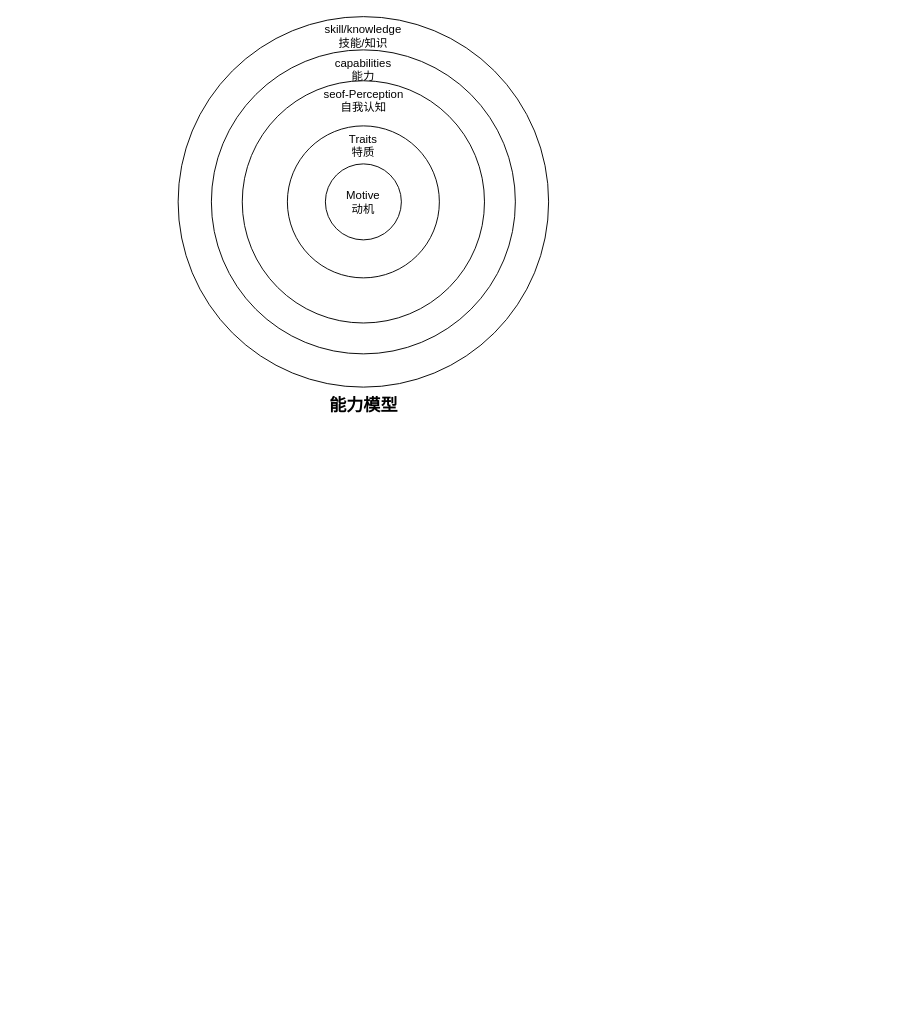
The draw.io diagram 冰山模型.drawio in seanwynner/drawiogit, before the edit. Source tidied: cells renumbered, new cells numbered last; positions are measured from the earlier drawing's top-left corner, leaving out a move shared by most shapes. Both pictures are drawn from the tidied source at 95%, with x=0, y=0 at pixel (178, 16).
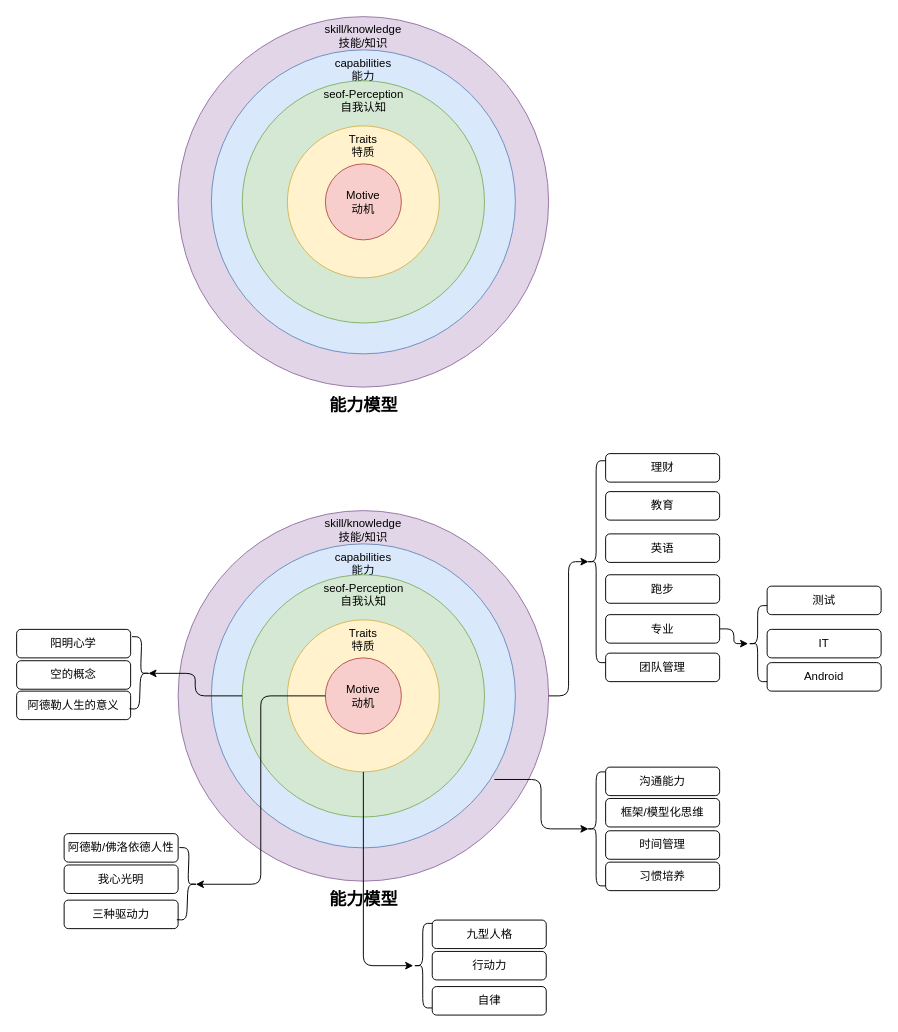
The same page after the edit.

Change to the diagram source:
```diff
@@
-    <mxCell id="2" value="&lt;div&gt;skill/knowledge&lt;/div&gt;&lt;div&gt;技能/知识&lt;br&gt;&lt;/div&gt;" style="ellipse;whiteSpace=wrap;html=1;verticalAlign=top;" parent="1" vertex="1">
+    <mxCell id="2" value="&lt;div&gt;skill/knowledge&lt;/div&gt;&lt;div&gt;技能/知识&lt;br&gt;&lt;/div&gt;" style="ellipse;whiteSpace=wrap;html=1;verticalAlign=top;fillColor=#e1d5e7;strokeColor=#9673a6;" parent="1" vertex="1">
       <mxGeometry width="390" height="390" as="geometry" />
     </mxCell>
-    <mxCell id="3" value="&lt;div&gt;capabilities&lt;/div&gt;&lt;div&gt;能力&lt;br&gt;&lt;/div&gt;" style="ellipse;whiteSpace=wrap;html=1;verticalAlign=top;" parent="1" vertex="1">
+    <mxCell id="3" value="&lt;div&gt;capabilities&lt;/div&gt;&lt;div&gt;能力&lt;br&gt;&lt;/div&gt;" style="ellipse;whiteSpace=wrap;html=1;verticalAlign=top;fillColor=#dae8fc;strokeColor=#6c8ebf;" parent="1" vertex="1">
       <mxGeometry x="35" y="35" width="320" height="320" as="geometry" />
     </mxCell>
-    <mxCell id="4" value="&lt;div&gt;seof-Perception&lt;/div&gt;&lt;div&gt;自我认知&lt;br&gt;&lt;/div&gt;" style="ellipse;whiteSpace=wrap;html=1;verticalAlign=top;" parent="1" vertex="1">
+    <mxCell id="4" value="&lt;div&gt;seof-Perception&lt;/div&gt;&lt;div&gt;自我认知&lt;br&gt;&lt;/div&gt;" style="ellipse;whiteSpace=wrap;html=1;verticalAlign=top;fillColor=#d5e8d4;strokeColor=#82b366;" parent="1" vertex="1">
       <mxGeometry x="67.5" y="67.5" width="255" height="255" as="geometry" />
     </mxCell>
-    <mxCell id="5" value="&lt;div&gt;Traits&lt;/div&gt;&lt;div&gt;特质&lt;/div&gt;" style="ellipse;whiteSpace=wrap;html=1;verticalAlign=top;" parent="1" vertex="1">
+    <mxCell id="5" value="&lt;div&gt;Traits&lt;/div&gt;&lt;div&gt;特质&lt;/div&gt;" style="ellipse;whiteSpace=wrap;html=1;verticalAlign=top;fillColor=#fff2cc;strokeColor=#d6b656;" parent="1" vertex="1">
       <mxGeometry x="115" y="115" width="160" height="160" as="geometry" />
     </mxCell>
-    <mxCell id="6" value="&lt;div&gt;Motive&lt;/div&gt;&lt;div&gt;动机&lt;br&gt;&lt;/div&gt;" style="ellipse;whiteSpace=wrap;html=1;" parent="1" vertex="1">
+    <mxCell id="6" value="&lt;div&gt;Motive&lt;/div&gt;&lt;div&gt;动机&lt;br&gt;&lt;/div&gt;" style="ellipse;whiteSpace=wrap;html=1;fillColor=#f8cecc;strokeColor=#b85450;" parent="1" vertex="1">
       <mxGeometry x="155" y="155" width="80" height="80" as="geometry" />
     </mxCell>
@@
+    <mxCell id="8" value="&lt;div&gt;skill/knowledge&lt;/div&gt;&lt;div&gt;技能/知识&lt;br&gt;&lt;/div&gt;" style="ellipse;whiteSpace=wrap;html=1;verticalAlign=top;fillColor=#e1d5e7;strokeColor=#9673a6;" parent="1" vertex="1">
+      <mxGeometry y="520" width="390" height="390" as="geometry" />
+    </mxCell>
+    <mxCell id="9" value="&lt;div&gt;capabilities&lt;/div&gt;&lt;div&gt;能力&lt;br&gt;&lt;/div&gt;" style="ellipse;whiteSpace=wrap;html=1;verticalAlign=top;fillColor=#dae8fc;strokeColor=#6c8ebf;" parent="1" vertex="1">
+      <mxGeometry x="35" y="555" width="320" height="320" as="geometry" />
+    </mxCell>
+    <mxCell id="10" value="&lt;div&gt;seof-Perception&lt;/div&gt;&lt;div&gt;自我认知&lt;br&gt;&lt;/div&gt;" style="ellipse;whiteSpace=wrap;html=1;verticalAlign=top;fillColor=#d5e8d4;strokeColor=#82b366;" parent="1" vertex="1">
+      <mxGeometry x="67.5" y="587.5" width="255" height="255" as="geometry" />
+    </mxCell>
+    <mxCell id="11" value="&lt;div&gt;Traits&lt;/div&gt;&lt;div&gt;特质&lt;/div&gt;" style="ellipse;whiteSpace=wrap;html=1;verticalAlign=top;fillColor=#fff2cc;strokeColor=#d6b656;" parent="1" vertex="1">
+      <mxGeometry x="115" y="635" width="160" height="160" as="geometry" />
+    </mxCell>
+    <mxCell id="12" value="&lt;div&gt;Motive&lt;/div&gt;&lt;div&gt;动机&lt;br&gt;&lt;/div&gt;" style="ellipse;whiteSpace=wrap;html=1;fillColor=#f8cecc;strokeColor=#b85450;" parent="1" vertex="1">
+      <mxGeometry x="155" y="675" width="80" height="80" as="geometry" />
+    </mxCell>
+    <mxCell id="13" value="&lt;font style=&quot;font-size: 18px&quot;&gt;&lt;b&gt;能力模型&lt;/b&gt;&lt;/font&gt;" style="text;html=1;strokeColor=none;fillColor=none;align=center;verticalAlign=middle;whiteSpace=wrap;rounded=0;" parent="1" vertex="1">
+      <mxGeometry x="122.5" y="920" width="145" height="20" as="geometry" />
+    </mxCell>
+    <mxCell id="14" value="理财" style="rounded=1;whiteSpace=wrap;html=1;" parent="1" vertex="1">
+      <mxGeometry x="450" y="460" width="120" height="30" as="geometry" />
+    </mxCell>
+    <mxCell id="15" value="教育" style="whiteSpace=wrap;html=1;rounded=1;" parent="1" vertex="1">
+      <mxGeometry x="450" y="500" width="120" height="30" as="geometry" />
+    </mxCell>
+    <mxCell id="16" value="跑步" style="whiteSpace=wrap;html=1;rounded=1;" parent="1" vertex="1">
+      <mxGeometry x="450" y="587.5" width="120" height="30" as="geometry" />
+    </mxCell>
+    <mxCell id="17" value="英语" style="whiteSpace=wrap;html=1;rounded=1;" parent="1" vertex="1">
+      <mxGeometry x="450" y="544.5" width="120" height="30" as="geometry" />
+    </mxCell>
+    <mxCell id="18" value="专业" style="whiteSpace=wrap;html=1;rounded=1;" parent="1" vertex="1">
+      <mxGeometry x="450" y="629.5" width="120" height="30" as="geometry" />
+    </mxCell>
+    <mxCell id="19" value="测试" style="whiteSpace=wrap;html=1;rounded=1;" parent="1" vertex="1">
+      <mxGeometry x="620" y="599.5" width="120" height="30" as="geometry" />
+    </mxCell>
+    <mxCell id="20" value="IT" style="whiteSpace=wrap;html=1;rounded=1;" parent="1" vertex="1">
+      <mxGeometry x="620" y="645" width="120" height="30" as="geometry" />
+    </mxCell>
+    <mxCell id="21" value="Android" style="whiteSpace=wrap;html=1;rounded=1;" parent="1" vertex="1">
+      <mxGeometry x="620" y="680" width="120" height="30" as="geometry" />
+    </mxCell>
+    <mxCell id="22" value="团队管理" style="whiteSpace=wrap;html=1;rounded=1;" parent="1" vertex="1">
+      <mxGeometry x="450" y="670" width="120" height="30" as="geometry" />
+    </mxCell>
+    <mxCell id="23" value="沟通能力" style="whiteSpace=wrap;html=1;rounded=1;" parent="1" vertex="1">
+      <mxGeometry x="450" y="790" width="120" height="30" as="geometry" />
+    </mxCell>
+    <mxCell id="24" value="习惯培养" style="whiteSpace=wrap;html=1;rounded=1;" parent="1" vertex="1">
+      <mxGeometry x="450" y="890" width="120" height="30" as="geometry" />
+    </mxCell>
+    <mxCell id="25" value="框架/模型化思维" style="whiteSpace=wrap;html=1;rounded=1;" parent="1" vertex="1">
+      <mxGeometry x="450" y="823" width="120" height="30" as="geometry" />
+    </mxCell>
+    <mxCell id="26" value="时间管理" style="whiteSpace=wrap;html=1;rounded=1;" parent="1" vertex="1">
+      <mxGeometry x="450" y="857" width="120" height="30" as="geometry" />
+    </mxCell>
+    <mxCell id="27" value="阳明心学" style="whiteSpace=wrap;html=1;rounded=1;" parent="1" vertex="1">
+      <mxGeometry x="-170" y="645" width="120" height="30" as="geometry" />
+    </mxCell>
+    <mxCell id="28" value="行动力" style="whiteSpace=wrap;html=1;rounded=1;" parent="1" vertex="1">
+      <mxGeometry x="267.5" y="984" width="120" height="30" as="geometry" />
+    </mxCell>
+    <mxCell id="29" value="空的概念" style="whiteSpace=wrap;html=1;rounded=1;" parent="1" vertex="1">
+      <mxGeometry x="-170" y="678" width="120" height="30" as="geometry" />
+    </mxCell>
+    <mxCell id="30" value="九型人格" style="whiteSpace=wrap;html=1;rounded=1;" parent="1" vertex="1">
+      <mxGeometry x="267.5" y="951" width="120" height="30" as="geometry" />
+    </mxCell>
+    <mxCell id="31" value="自律" style="whiteSpace=wrap;html=1;rounded=1;" parent="1" vertex="1">
+      <mxGeometry x="267.5" y="1021" width="120" height="30" as="geometry" />
+    </mxCell>
+    <mxCell id="32" value="我心光明" style="whiteSpace=wrap;html=1;rounded=1;" parent="1" vertex="1">
+      <mxGeometry x="-120" y="893" width="120" height="30" as="geometry" />
+    </mxCell>
+    <mxCell id="33" value="阿德勒/佛洛依德人性" style="whiteSpace=wrap;html=1;rounded=1;" parent="1" vertex="1">
+      <mxGeometry x="-120" y="860" width="120" height="30" as="geometry" />
+    </mxCell>
+    <mxCell id="34" value="三种驱动力" style="whiteSpace=wrap;html=1;rounded=1;" parent="1" vertex="1">
+      <mxGeometry x="-120" y="930" width="120" height="30" as="geometry" />
+    </mxCell>
+    <mxCell id="35" value="阿德勒人生的意义" style="whiteSpace=wrap;html=1;rounded=1;" parent="1" vertex="1">
+      <mxGeometry x="-170" y="710" width="120" height="30" as="geometry" />
+    </mxCell>
+    <mxCell id="36" style="shape=curlyBracket;whiteSpace=wrap;html=1;rounded=1;rotation=-178;" parent="1" vertex="1">
+      <mxGeometry x="-49.9" y="653" width="20.7" height="76" as="geometry" />
+    </mxCell>
+    <mxCell id="37" style="edgeStyle=elbowEdgeStyle;elbow=horizontal;endArrow=classic;html=1;entryX=0.1;entryY=0.5;entryDx=0;entryDy=0;entryPerimeter=0;" parent="1" edge="1" source="10" target="36">
+      <mxGeometry relative="1" as="geometry" />
+    </mxCell>
+    <mxCell id="38" style="shape=curlyBracket;whiteSpace=wrap;html=1;rounded=1;rotation=-178;" parent="1" vertex="1">
+      <mxGeometry y="875" width="20.7" height="76" as="geometry" />
+    </mxCell>
+    <mxCell id="39" style="edgeStyle=elbowEdgeStyle;elbow=horizontal;endArrow=classic;html=1;entryX=0.1;entryY=0.5;entryDx=0;entryDy=0;entryPerimeter=0;" parent="1" edge="1" source="12" target="38">
+      <mxGeometry relative="1" as="geometry" />
+    </mxCell>
+    <mxCell id="40" style="shape=curlyBracket;whiteSpace=wrap;html=1;rounded=1;size=0.5;" parent="1" vertex="1">
+      <mxGeometry x="247.5" y="954.5" width="20" height="89" as="geometry" />
+    </mxCell>
+    <mxCell id="41" style="edgeStyle=elbowEdgeStyle;elbow=horizontal;endArrow=classic;html=1;exitX=0.5;exitY=1;exitDx=0;exitDy=0;" parent="1" edge="1" source="11" target="40">
+      <mxGeometry relative="1" as="geometry">
+        <Array as="points">
+          <mxPoint x="195" y="900" />
+        </Array>
+      </mxGeometry>
+    </mxCell>
+    <mxCell id="42" style="shape=curlyBracket;whiteSpace=wrap;html=1;rounded=1;" parent="1" vertex="1">
+      <mxGeometry x="430" y="795" width="20" height="120" as="geometry" />
+    </mxCell>
+    <mxCell id="43" style="edgeStyle=elbowEdgeStyle;elbow=horizontal;endArrow=classic;html=1;entryX=0.1;entryY=0.5;entryDx=0;entryDy=0;entryPerimeter=0;exitX=0.931;exitY=0.775;exitDx=0;exitDy=0;exitPerimeter=0;" parent="1" edge="1" source="9" target="42">
+      <mxGeometry relative="1" as="geometry" />
+    </mxCell>
+    <mxCell id="44" style="shape=curlyBracket;whiteSpace=wrap;html=1;rounded=1;" parent="1" vertex="1">
+      <mxGeometry x="430" y="467.5" width="20" height="212.5" as="geometry" />
+    </mxCell>
+    <mxCell id="45" style="edgeStyle=elbowEdgeStyle;elbow=horizontal;endArrow=classic;html=1;entryX=0.1;entryY=0.5;entryDx=0;entryDy=0;entryPerimeter=0;" parent="1" edge="1" source="8" target="44">
+      <mxGeometry relative="1" as="geometry" />
+    </mxCell>
+    <mxCell id="46" style="shape=curlyBracket;whiteSpace=wrap;html=1;rounded=1;" parent="1" vertex="1">
+      <mxGeometry x="600" y="620" width="20" height="80" as="geometry" />
+    </mxCell>
+    <mxCell id="47" style="edgeStyle=elbowEdgeStyle;elbow=horizontal;endArrow=classic;html=1;exitX=1;exitY=0.5;exitDx=0;exitDy=0;" parent="1" edge="1" source="18" target="46">
+      <mxGeometry relative="1" as="geometry" />
+    </mxCell>
```
